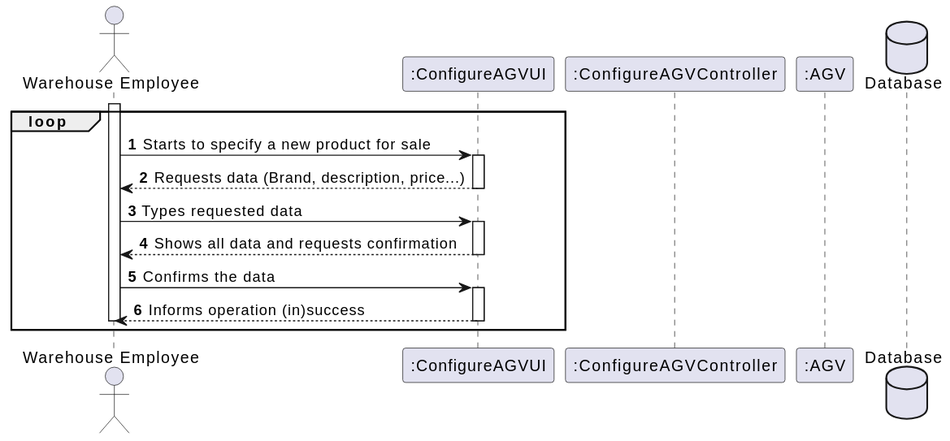
The PlantUML diagram docs/Sprint2/US2002/US2002_SD.svg in marttuga/LAPR4-SmartSystems, before a commit. The source it was exported from:
```plantuml
@startuml
autonumber
actor "Warehouse Employee" as WE
participant ":ConfigureAGVUI" as UI
participant ":ConfigureAGVController" as CTRL
participant ":AGV" as AGV

loop
activate WE

WE -> UI : Starts to specify a new product for sale
activate UI

UI --> WE : Requests data (Brand, description, price...)
deactivate UI

WE -> UI : Types requested data
activate UI

UI --> WE :Shows all data and requests confirmation
deactivate UI

WE -> UI : Confirms the data
activate UI

UI --> WE : Informs operation (in)success
deactivate UI

deactivate WE
end loop
database "Database" as DB
@enduml
```
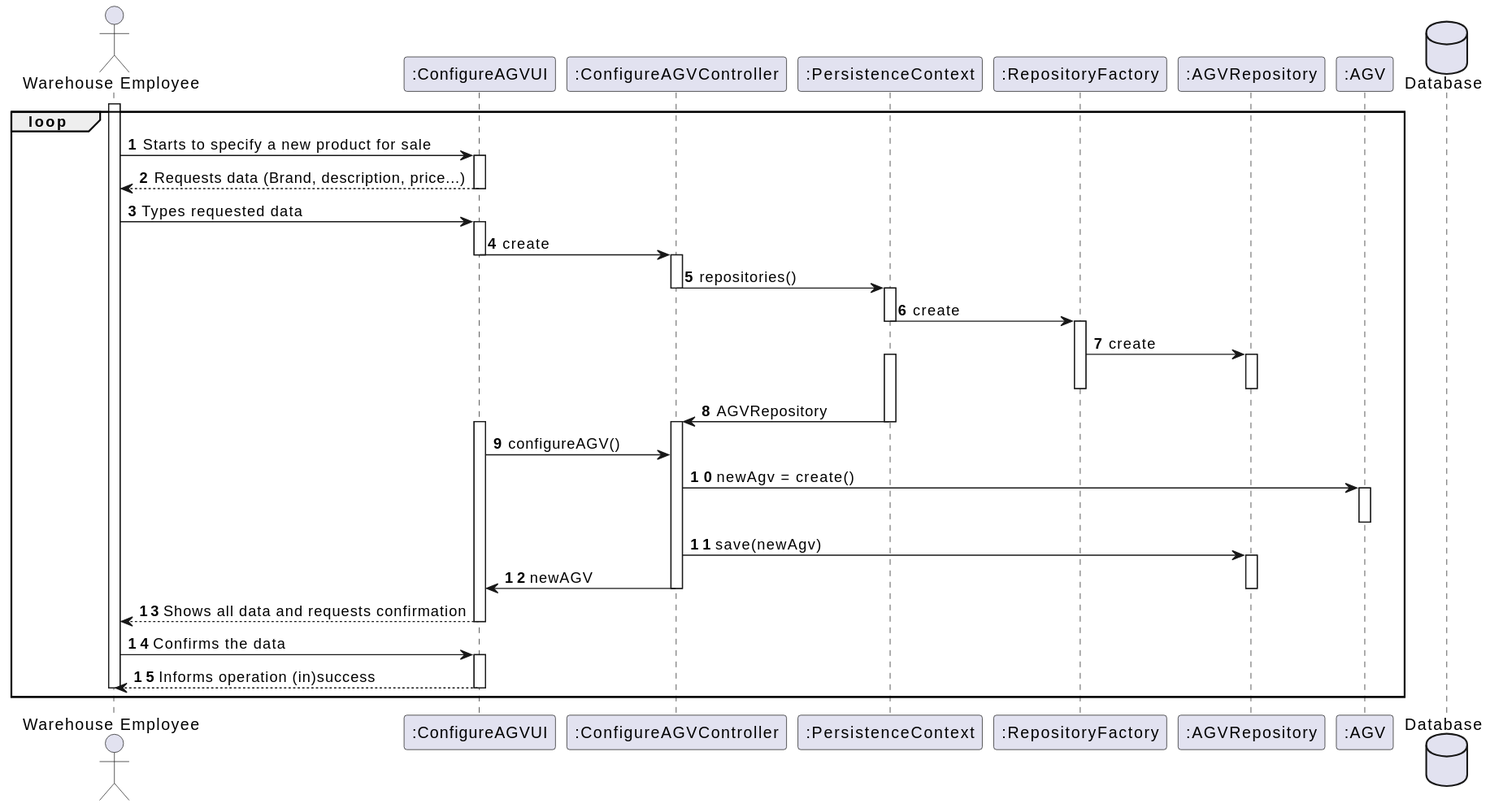
The same file after the commit.

What changed in the source:
```diff
@@ -3,6 +3,9 @@
 actor "Warehouse Employee" as WE
 participant ":ConfigureAGVUI" as UI
 participant ":ConfigureAGVController" as CTRL
+participant ":PersistenceContext" as PC
+participant ":RepositoryFactory" as RF
+participant ":AGVRepository" as AGVRep
 participant ":AGV" as AGV
 
 loop
@@ -17,6 +20,48 @@
 WE -> UI : Types requested data
 activate UI
 
+UI -> CTRL : create
+deactivate UI
+activate CTRL
+
+
+CTRL -> PC : repositories()
+deactivate CTRL
+activate PC
+PC -> RF : create
+deactivate PC
+activate RF
+
+RF -> AGVRep : create
+activate AGVRep
+deactivate RF
+
+
+deactivate AGVRep
+
+activate PC
+PC -> CTRL : AGVRepository
+deactivate PC
+activate CTRL
+deactivate CTRL
+
+activate UI
+UI -> CTRL : configureAGV()
+
+CTRL -> AGV : newAgv = create()
+activate AGV
+deactivate AGV
+
+
+CTRL -> AGVRep : save(newAgv)
+activate AGVRep
+
+CTRL -> UI : newAGV
+
+deactivate CTRL
+
+deactivate AGVRep
+
 UI --> WE :Shows all data and requests confirmation
 deactivate UI
 
```
